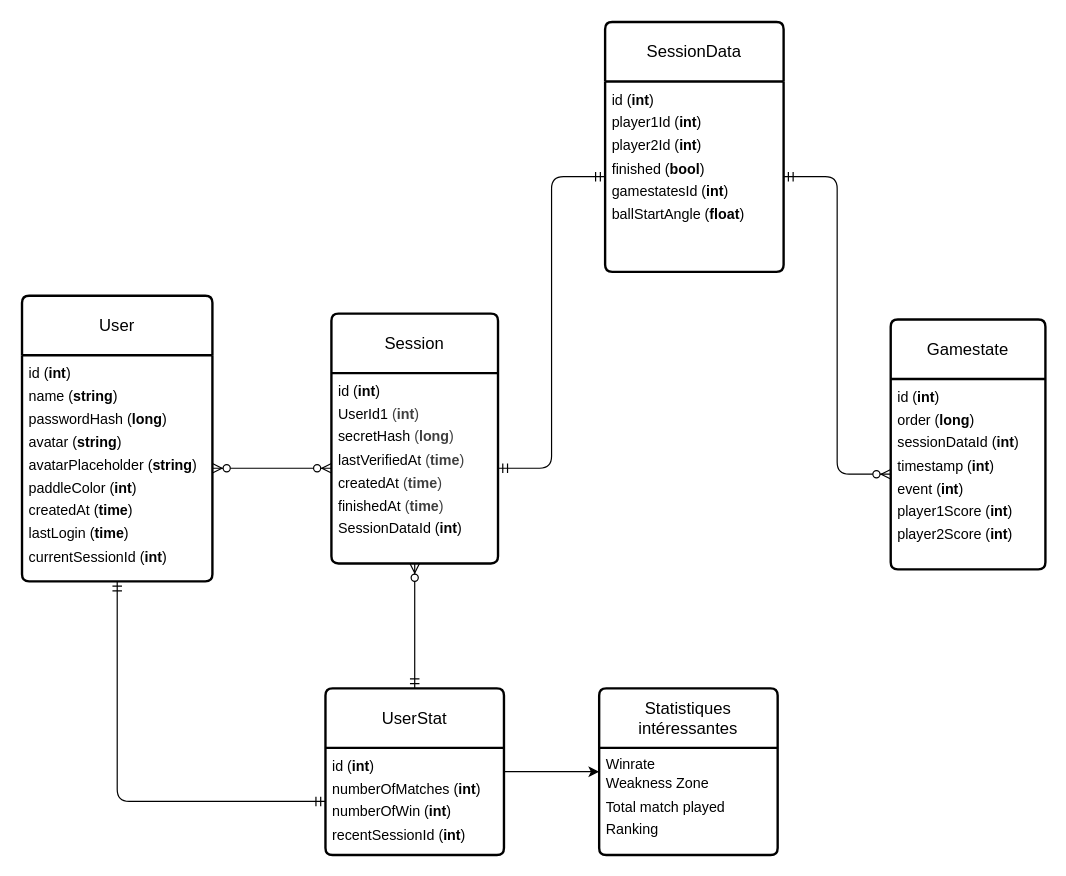
Before: doc/database.drawio in peufo/42_transcendence, a draw.io diagram. Source tidied: cells renumbered, new cells numbered last; positions are measured from the earlier drawing's top-left corner, leaving out a move shared by most shapes. Both pictures are drawn from the tidied source at 119%, with x=0, y=0 at pixel (21, 21).
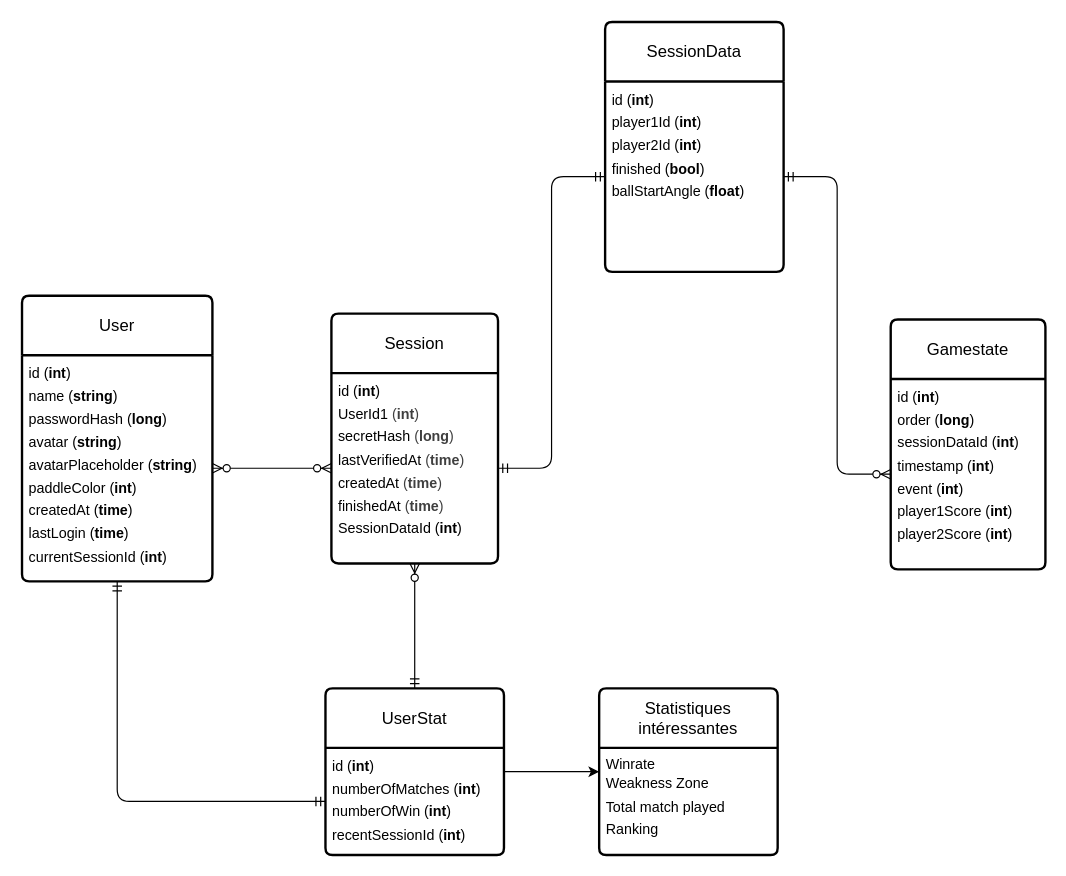
The same page after the edit.

Commit message:
add interesting stats

The change refers to these unchanged cells:
```xml
<mxCell id="15" value="SessionData" style="swimlane;horizontal=1;startSize=50;rounded=1;fontSize=14;fontStyle=0;strokeWidth=2;shadow=0;dashed=0;align=center;arcSize=4;whiteSpace=wrap;html=1;" parent="1" vertex="1">
  <mxGeometry x="490" width="150" height="210" as="geometry" />
</mxCell>
```

Diff of the diagram source:
```diff
@@
-    <mxCell id="16" value="&lt;font style=&quot;line-height: 160%;&quot;&gt;id (&lt;b&gt;int&lt;/b&gt;)&lt;/font&gt;&lt;div style=&quot;line-height: 160%;&quot;&gt;player1Id (&lt;b&gt;int&lt;/b&gt;)&lt;/div&gt;&lt;div style=&quot;line-height: 160%;&quot;&gt;player2Id (&lt;b&gt;int&lt;/b&gt;)&lt;/div&gt;&lt;div style=&quot;line-height: 160%;&quot;&gt;finished (&lt;b&gt;bool&lt;/b&gt;)&lt;/div&gt;&lt;div style=&quot;line-height: 160%;&quot;&gt;gamestatesId (&lt;b&gt;int&lt;/b&gt;)&lt;/div&gt;&lt;div style=&quot;line-height: 160%;&quot;&gt;&lt;span style=&quot;background-color: transparent;&quot;&gt;ballStartAngle (&lt;b&gt;float&lt;/b&gt;&lt;/span&gt;&lt;span style=&quot;background-color: transparent;&quot;&gt;)&lt;/span&gt;&lt;/div&gt;" style="align=left;strokeColor=none;fillColor=none;spacingLeft=4;fontSize=12;verticalAlign=top;html=1;" parent="15" vertex="1">
+    <mxCell id="16" value="&lt;font style=&quot;line-height: 160%;&quot;&gt;id (&lt;b&gt;int&lt;/b&gt;)&lt;/font&gt;&lt;div style=&quot;line-height: 160%;&quot;&gt;player1Id (&lt;b&gt;int&lt;/b&gt;)&lt;/div&gt;&lt;div style=&quot;line-height: 160%;&quot;&gt;player2Id (&lt;b&gt;int&lt;/b&gt;)&lt;/div&gt;&lt;div style=&quot;line-height: 160%;&quot;&gt;finished (&lt;b&gt;bool&lt;/b&gt;)&lt;/div&gt;&lt;div style=&quot;line-height: 160%;&quot;&gt;&lt;span style=&quot;background-color: transparent;&quot;&gt;ballStartAngle (&lt;b&gt;float&lt;/b&gt;&lt;/span&gt;&lt;span style=&quot;background-color: transparent;&quot;&gt;)&lt;/span&gt;&lt;/div&gt;" style="align=left;strokeColor=none;fillColor=none;spacingLeft=4;fontSize=12;verticalAlign=top;html=1;" parent="15" vertex="1">
       <mxGeometry y="50" width="150" height="160" as="geometry" />
     </mxCell>
```
